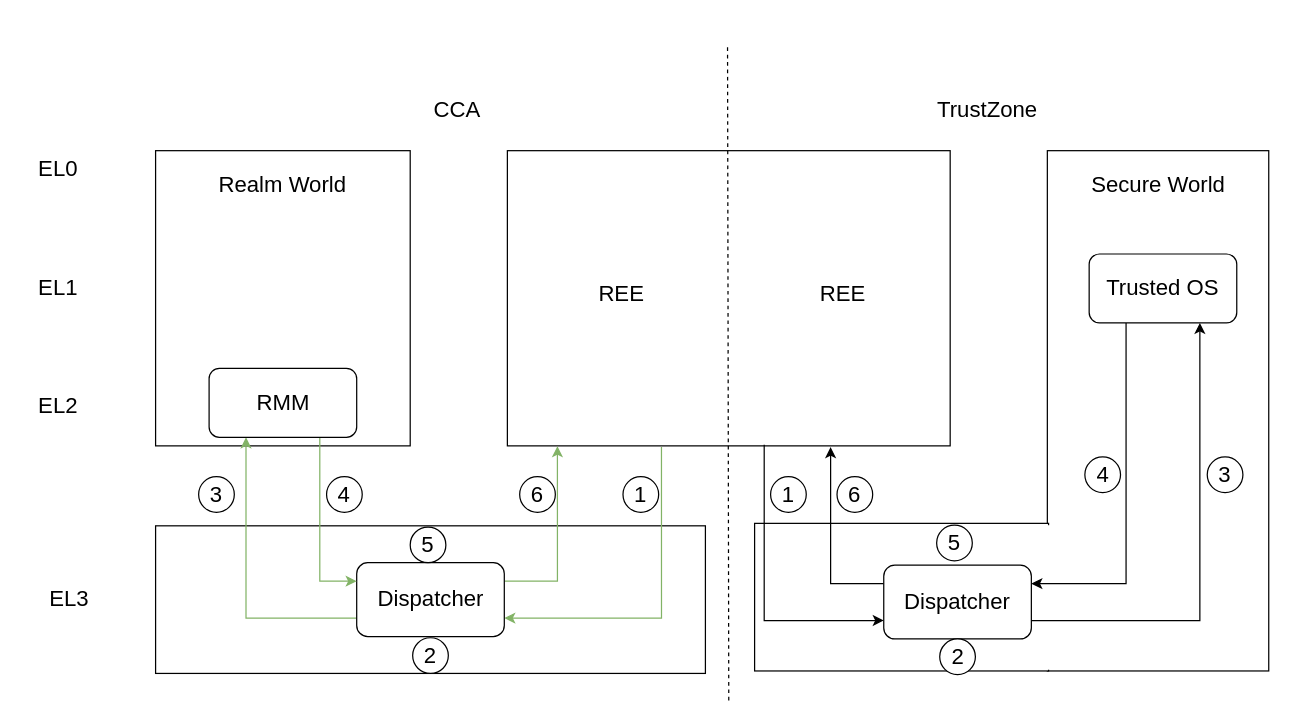
Above: cs2.drawio in EdisonE3/vue_learn (draw.io), before the change. Source tidied: cells renumbered, new cells numbered last; positions are measured from the earlier drawing's top-left corner, leaving out a move shared by most shapes. Both pictures are drawn from the tidied source at 123%, with x=0, y=0 at pixel (21, 47).
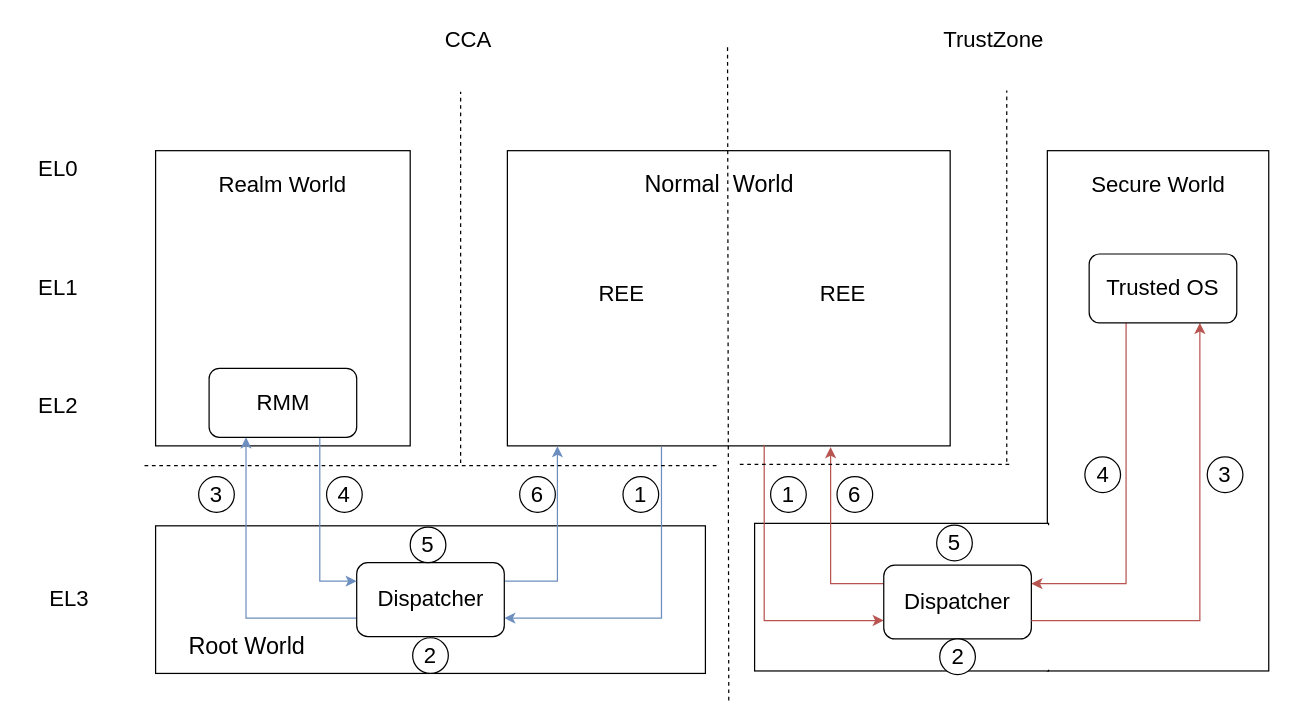
After the change.

Unchanged cells that the change refers to:
```xml
<mxCell id="4" style="rounded=0;whiteSpace=wrap;html=1;" parent="1" vertex="1">
  <mxGeometry x="395" y="84" width="360" height="240" as="geometry" />
</mxCell>
<mxCell id="22" value="Dispatcher" style="rounded=1;whiteSpace=wrap;html=1;fontSize=18;fillColor=default;" parent="1" vertex="1">
  <mxGeometry x="272.5" y="419" width="120" height="60" as="geometry" />
</mxCell>
<mxCell id="26" value="Dispatcher" style="rounded=1;whiteSpace=wrap;html=1;fontSize=18;fillColor=default;" parent="1" vertex="1">
  <mxGeometry x="701" y="421" width="120" height="60" as="geometry" />
</mxCell>
<mxCell id="28" value="RMM" style="rounded=1;whiteSpace=wrap;html=1;fontSize=18;fillColor=default;" parent="1" vertex="1">
  <mxGeometry x="152.5" y="261" width="120" height="56" as="geometry" />
</mxCell>
<mxCell id="30" value="Trusted OS" style="rounded=1;whiteSpace=wrap;html=1;fontSize=18;fillColor=default;" parent="1" vertex="1">
  <mxGeometry x="868" y="168" width="120" height="56" as="geometry" />
</mxCell>
```

What changed in the source:
```diff
@@
-    <mxCell id="3" style="edgeStyle=orthogonalEdgeStyle;rounded=0;jettySize=auto;html=1;exitX=0.348;exitY=1.004;exitDx=0;exitDy=0;entryX=1;entryY=0.75;entryDx=0;entryDy=0;fontSize=18;exitPerimeter=0;fillColor=#d5e8d4;strokeColor=#82b366;" parent="1" edge="1" source="4" target="22">
+    <mxCell id="3" style="edgeStyle=orthogonalEdgeStyle;rounded=0;jettySize=auto;html=1;exitX=0.348;exitY=1.004;exitDx=0;exitDy=0;entryX=1;entryY=0.75;entryDx=0;entryDy=0;fontSize=18;exitPerimeter=0;fillColor=#dae8fc;strokeColor=#6c8ebf;" parent="1" edge="1" source="4" target="22">
       <mxGeometry relative="1" as="geometry" />
     </mxCell>
@@
     <mxCell id="14" value="CCA" style="text;html=1;strokeColor=none;fillColor=none;align=center;verticalAlign=middle;whiteSpace=wrap;rounded=0;fontSize=18;" parent="1" vertex="1">
-      <mxGeometry x="287" y="36" width="135" height="30" as="geometry" />
+      <mxGeometry x="296" y="-21" width="135" height="30" as="geometry" />
     </mxCell>
     <mxCell id="15" value="TrustZone" style="text;html=1;strokeColor=none;fillColor=none;align=center;verticalAlign=middle;whiteSpace=wrap;rounded=0;fontSize=18;" parent="1" vertex="1">
-      <mxGeometry x="718" y="36" width="135" height="30" as="geometry" />
+      <mxGeometry x="723" y="-21" width="135" height="30" as="geometry" />
     </mxCell>
@@
-    <mxCell id="20" style="edgeStyle=orthogonalEdgeStyle;rounded=0;jettySize=auto;html=1;exitX=0;exitY=0.75;exitDx=0;exitDy=0;entryX=0.25;entryY=1;entryDx=0;entryDy=0;fontSize=18;fillColor=#d5e8d4;strokeColor=#82b366;" parent="1" edge="1" source="22" target="28">
+    <mxCell id="20" style="edgeStyle=orthogonalEdgeStyle;rounded=0;jettySize=auto;html=1;exitX=0;exitY=0.75;exitDx=0;exitDy=0;entryX=0.25;entryY=1;entryDx=0;entryDy=0;fontSize=18;fillColor=#dae8fc;strokeColor=#6c8ebf;" parent="1" edge="1" source="22" target="28">
       <mxGeometry relative="1" as="geometry" />
     </mxCell>
-    <mxCell id="21" style="edgeStyle=orthogonalEdgeStyle;rounded=0;jettySize=auto;html=1;exitX=1;exitY=0.25;exitDx=0;exitDy=0;entryX=0.113;entryY=1.001;entryDx=0;entryDy=0;entryPerimeter=0;fontSize=18;fillColor=#d5e8d4;strokeColor=#82b366;" parent="1" edge="1" source="22" target="4">
+    <mxCell id="21" style="edgeStyle=orthogonalEdgeStyle;rounded=0;jettySize=auto;html=1;exitX=1;exitY=0.25;exitDx=0;exitDy=0;entryX=0.113;entryY=1.001;entryDx=0;entryDy=0;entryPerimeter=0;fontSize=18;fillColor=#dae8fc;strokeColor=#6c8ebf;" parent="1" edge="1" source="22" target="4">
       <mxGeometry relative="1" as="geometry" />
     </mxCell>
@@
-    <mxCell id="23" style="edgeStyle=orthogonalEdgeStyle;rounded=0;jettySize=auto;html=1;exitX=0.25;exitY=1;exitDx=0;exitDy=0;entryX=1;entryY=0.25;entryDx=0;entryDy=0;fontSize=18;" parent="1" edge="1" source="30" target="26">
+    <mxCell id="23" style="edgeStyle=orthogonalEdgeStyle;rounded=0;jettySize=auto;html=1;exitX=0.25;exitY=1;exitDx=0;exitDy=0;entryX=1;entryY=0.25;entryDx=0;entryDy=0;fontSize=18;fillColor=#f8cecc;strokeColor=#b85450;" parent="1" edge="1" source="30" target="26">
       <mxGeometry relative="1" as="geometry" />
     </mxCell>
-    <mxCell id="24" style="edgeStyle=orthogonalEdgeStyle;rounded=0;jettySize=auto;html=1;exitX=0.58;exitY=0.996;exitDx=0;exitDy=0;entryX=0;entryY=0.75;entryDx=0;entryDy=0;fontSize=18;exitPerimeter=0;" parent="1" edge="1" source="4" target="26">
+    <mxCell id="24" style="edgeStyle=orthogonalEdgeStyle;rounded=0;jettySize=auto;html=1;exitX=0.58;exitY=0.996;exitDx=0;exitDy=0;entryX=0;entryY=0.75;entryDx=0;entryDy=0;fontSize=18;exitPerimeter=0;fillColor=#f8cecc;strokeColor=#b85450;" parent="1" edge="1" source="4" target="26">
       <mxGeometry relative="1" as="geometry" />
     </mxCell>
-    <mxCell id="25" style="edgeStyle=orthogonalEdgeStyle;rounded=0;jettySize=auto;html=1;exitX=0;exitY=0.25;exitDx=0;exitDy=0;entryX=0.73;entryY=1.004;entryDx=0;entryDy=0;fontSize=18;entryPerimeter=0;" parent="1" edge="1" source="26" target="4">
+    <mxCell id="25" style="edgeStyle=orthogonalEdgeStyle;rounded=0;jettySize=auto;html=1;exitX=0;exitY=0.25;exitDx=0;exitDy=0;entryX=0.73;entryY=1.004;entryDx=0;entryDy=0;fontSize=18;entryPerimeter=0;fillColor=#f8cecc;strokeColor=#b85450;" parent="1" edge="1" source="26" target="4">
       <mxGeometry relative="1" as="geometry" />
     </mxCell>
@@
-    <mxCell id="27" style="edgeStyle=orthogonalEdgeStyle;rounded=0;jettySize=auto;html=1;exitX=0.75;exitY=1;exitDx=0;exitDy=0;entryX=0;entryY=0.25;entryDx=0;entryDy=0;fontSize=18;fillColor=#d5e8d4;strokeColor=#82b366;" parent="1" edge="1" source="28" target="22">
+    <mxCell id="27" style="edgeStyle=orthogonalEdgeStyle;rounded=0;jettySize=auto;html=1;exitX=0.75;exitY=1;exitDx=0;exitDy=0;entryX=0;entryY=0.25;entryDx=0;entryDy=0;fontSize=18;fillColor=#dae8fc;strokeColor=#6c8ebf;" parent="1" edge="1" source="28" target="22">
       <mxGeometry relative="1" as="geometry" />
     </mxCell>
@@
-    <mxCell id="29" style="edgeStyle=orthogonalEdgeStyle;rounded=0;jettySize=auto;html=1;exitX=1;exitY=0.75;exitDx=0;exitDy=0;entryX=0.75;entryY=1;entryDx=0;entryDy=0;fontSize=18;" parent="1" edge="1" source="26" target="30">
+    <mxCell id="29" style="edgeStyle=orthogonalEdgeStyle;rounded=0;jettySize=auto;html=1;exitX=1;exitY=0.75;exitDx=0;exitDy=0;entryX=0.75;entryY=1;entryDx=0;entryDy=0;fontSize=18;fillColor=#f8cecc;strokeColor=#b85450;" parent="1" edge="1" source="26" target="30">
       <mxGeometry relative="1" as="geometry" />
     </mxCell>
@@
+    <mxCell id="43" style="endArrow=none;dashed=1;html=1;rounded=0;" parent="1" edge="1">
+      <mxGeometry relative="1" as="geometry">
+        <mxPoint x="357" y="338" as="sourcePoint" />
+        <mxPoint x="357" y="36" as="targetPoint" />
+      </mxGeometry>
+    </mxCell>
+    <mxCell id="44" style="endArrow=none;dashed=1;html=1;rounded=0;" parent="1" edge="1">
+      <mxGeometry relative="1" as="geometry">
+        <mxPoint x="100" y="340" as="sourcePoint" />
+        <mxPoint x="565" y="340" as="targetPoint" />
+      </mxGeometry>
+    </mxCell>
+    <mxCell id="45" value="&lt;font style=&quot;font-size: 19px;&quot;&gt;Normal&amp;nbsp; World&lt;/font&gt;" style="text;html=1;strokeColor=none;fillColor=none;align=center;verticalAlign=middle;whiteSpace=wrap;rounded=0;" parent="1" vertex="1">
+      <mxGeometry x="502" y="97" width="131" height="30" as="geometry" />
+    </mxCell>
+    <mxCell id="46" style="endArrow=none;dashed=1;html=1;rounded=0;" parent="1" edge="1">
+      <mxGeometry relative="1" as="geometry">
+        <mxPoint x="801" y="337" as="sourcePoint" />
+        <mxPoint x="801" y="35" as="targetPoint" />
+      </mxGeometry>
+    </mxCell>
+    <mxCell id="47" style="endArrow=none;dashed=1;html=1;rounded=0;" parent="1" edge="1">
+      <mxGeometry relative="1" as="geometry">
+        <mxPoint x="584" y="339" as="sourcePoint" />
+        <mxPoint x="803" y="339" as="targetPoint" />
+      </mxGeometry>
+    </mxCell>
+    <mxCell id="48" value="Root World" style="text;html=1;strokeColor=none;fillColor=none;align=center;verticalAlign=middle;whiteSpace=wrap;rounded=0;fontSize=19;" parent="1" vertex="1">
+      <mxGeometry x="119" y="473" width="129" height="30" as="geometry" />
+    </mxCell>
```
